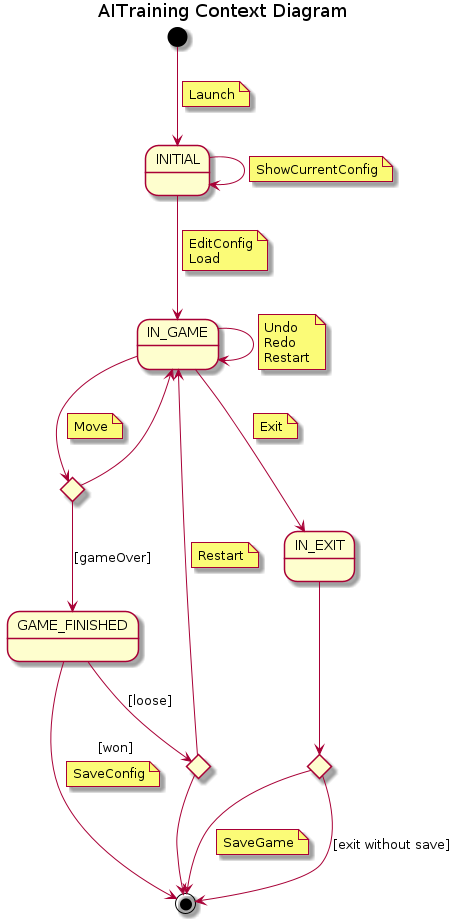
This is docs/output/use-cases/context/AITrainingContextDiagram.png from Master-Desarrollo-20-21/patrones-diseno---practica-final---juego-de-las-damas-fraylopez, a PlantUML export, as it was before one commit.
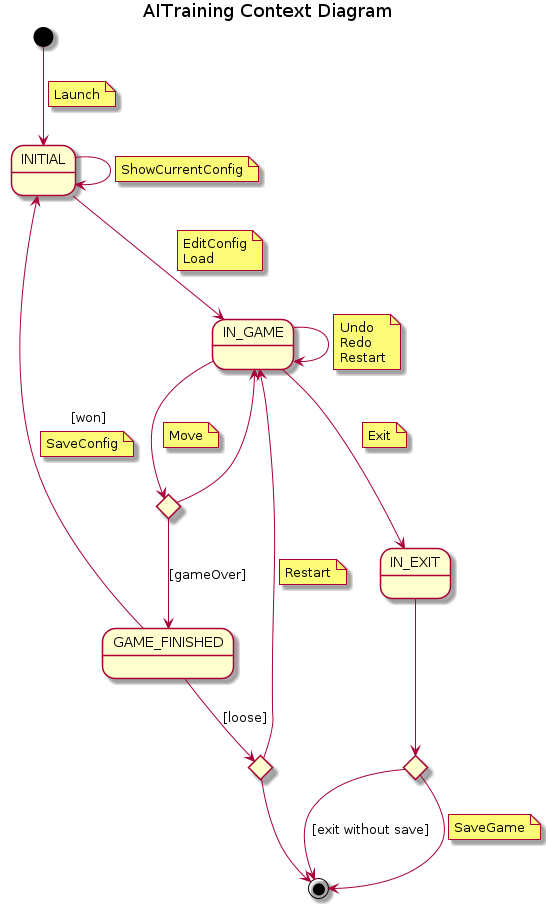
Later version of the same file.

What changed in the source:
```diff
@@ -57,7 +57,7 @@
         Restart
     end note
 
-GAME_FINISHED --> [*] : [won]
+GAME_FINISHED --> INITIAL : [won]
     note on link
         SaveConfig
     end note
```
